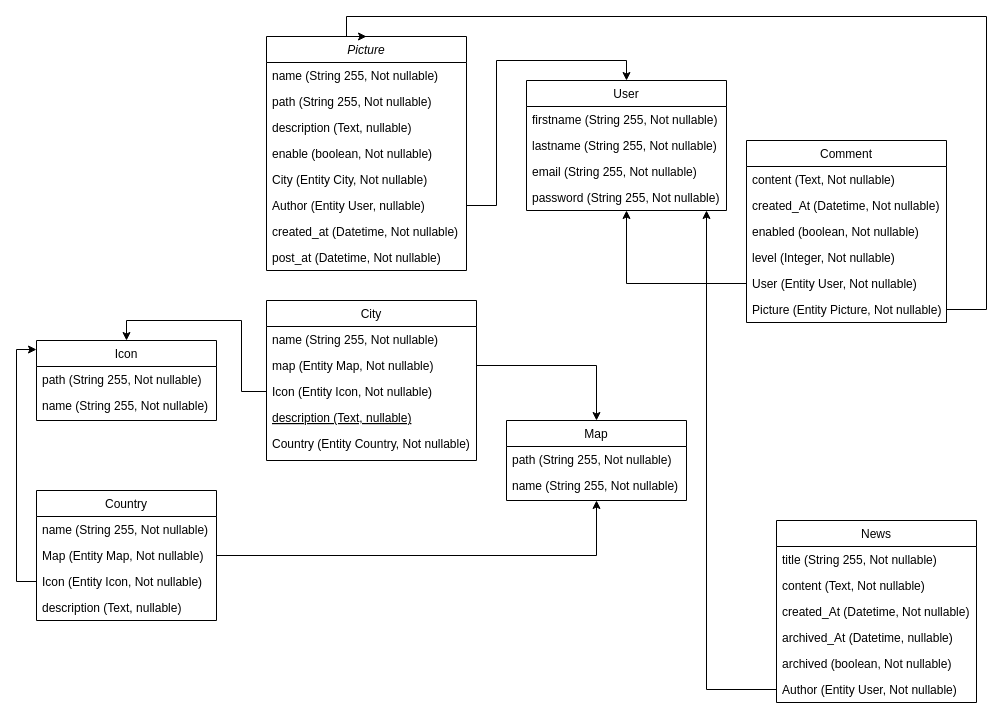
Earlier version of the draw.io diagram OurTripsDiagram.drawio (sl0ders/Our-trips--symfony5). Source tidied: cells renumbered, new cells numbered last; positions are measured from the earlier drawing's top-left corner, leaving out a move shared by most shapes. Both pictures are drawn from the tidied source at 100%, with x=0, y=0 at pixel (36, 16).
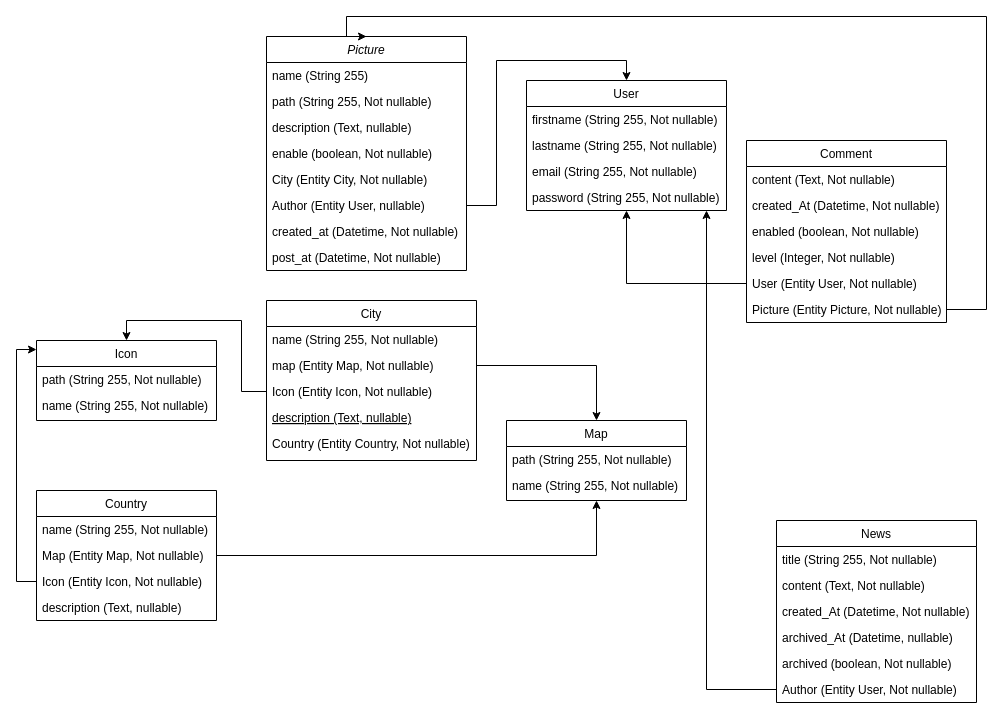
Above is the later version.

Unchanged cells that the change refers to:
```xml
<mxCell id="2" value="Picture" style="swimlane;fontStyle=2;align=center;verticalAlign=top;horizontal=1;startSize=26;rounded=0;shadow=0;strokeWidth=1;" parent="1" vertex="1">
  <mxGeometry x="230" y="20" width="200" height="234" as="geometry" />
</mxCell>
```

The edit, as a diff of the source:
```diff
@@
-    <mxCell id="3" value="name (String 255, Not nullable)" style="text;align=left;verticalAlign=top;spacingLeft=4;spacingRight=4;overflow=hidden;" parent="2" vertex="1">
+    <mxCell id="3" value="name (String 255)" style="text;align=left;verticalAlign=top;spacingLeft=4;spacingRight=4;overflow=hidden;" parent="2" vertex="1">
       <mxGeometry y="26" width="200" height="26" as="geometry" />
     </mxCell>
```
